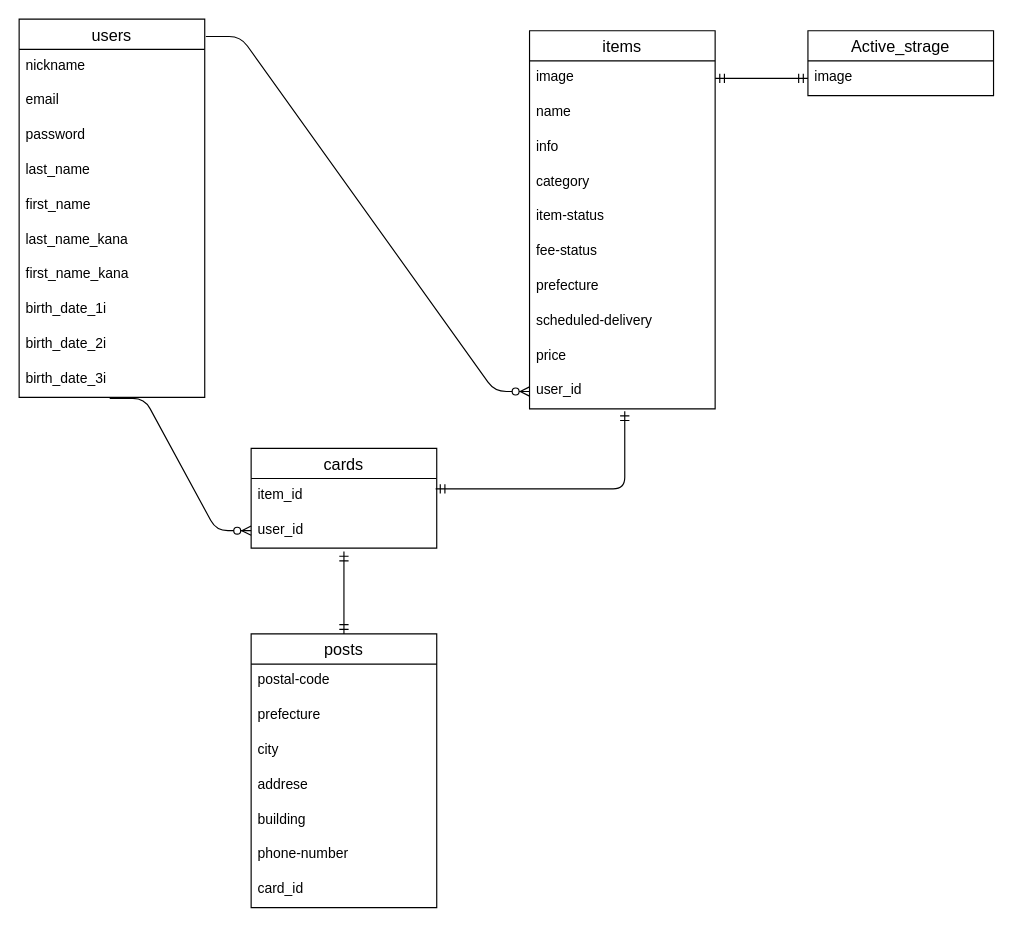
This is er.dio from tetutetu214/furima-31782, a draw.io file, before an edit. Source tidied: cells renumbered, new cells numbered last; positions are measured from the earlier drawing's top-left corner, leaving out a move shared by most shapes. Both pictures are drawn from the tidied source at 116%, with x=0, y=0 at pixel (19, 19).
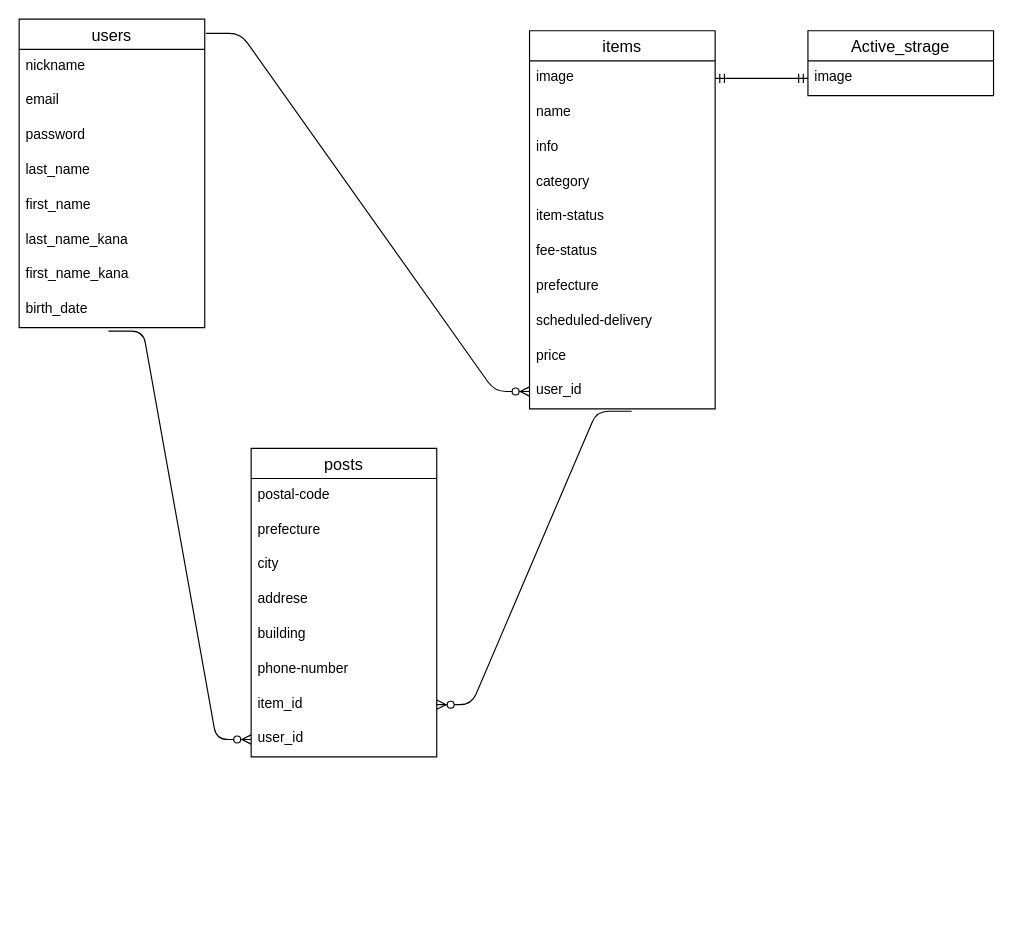
The same page after the edit.

Commit message (it also covers changes not shown here):
DB設計　微調整

The change refers to these unchanged cells:
```xml
<mxCell id="13" value="user_id&#10;" style="text;strokeColor=none;fillColor=none;spacingLeft=4;spacingRight=4;overflow=hidden;points=[[0,0.5],[1,0.5]];portConstraint=eastwest;fontSize=12;" parent="3" vertex="1">
  <mxGeometry y="296" width="160" height="30" as="geometry" />
</mxCell>
```

What changed in the source:
```diff
@@
-    <mxCell id="14" style="edgeStyle=entityRelationEdgeStyle;fontSize=12;html=1;endArrow=ERzeroToMany;endFill=1;entryX=0;entryY=0.5;entryDx=0;entryDy=0;exitX=0.488;exitY=1.033;exitDx=0;exitDy=0;exitPerimeter=0;" parent="1" edge="1" source="25" target="32">
+    <mxCell id="14" style="edgeStyle=entityRelationEdgeStyle;fontSize=12;html=1;endArrow=ERzeroToMany;endFill=1;entryX=0;entryY=0.5;entryDx=0;entryDy=0;exitX=0.481;exitY=1.1;exitDx=0;exitDy=0;exitPerimeter=0;" parent="1" edge="1" source="23" target="32">
       <mxGeometry relative="1" as="geometry" />
     </mxCell>
     <mxCell id="15" value="users" style="swimlane;fontStyle=0;horizontal=1;startSize=26;align=center;fontSize=14;" parent="1" vertex="1">
-      <mxGeometry width="160" height="326" as="geometry" />
+      <mxGeometry width="160" height="266" as="geometry" />
     </mxCell>
@@
-    <mxCell id="23" value="birth_date_1i" style="text;strokeColor=none;fillColor=none;spacingLeft=4;spacingRight=4;overflow=hidden;points=[[0,0.5],[1,0.5]];portConstraint=eastwest;fontSize=12;" parent="15" vertex="1">
+    <mxCell id="23" value="birth_date" style="text;strokeColor=none;fillColor=none;spacingLeft=4;spacingRight=4;overflow=hidden;points=[[0,0.5],[1,0.5]];portConstraint=eastwest;fontSize=12;" parent="15" vertex="1">
       <mxGeometry y="236" width="160" height="30" as="geometry" />
     </mxCell>
-    <mxCell id="24" value="birth_date_2i" style="text;strokeColor=none;fillColor=none;spacingLeft=4;spacingRight=4;overflow=hidden;fontSize=12;" parent="15" vertex="1">
-      <mxGeometry y="266" width="160" height="30" as="geometry" />
-    </mxCell>
-    <mxCell id="25" value="birth_date_3i" style="text;strokeColor=none;fillColor=none;spacingLeft=4;spacingRight=4;overflow=hidden;points=[[0,0.5],[1,0.5]];portConstraint=eastwest;fontSize=12;" parent="15" vertex="1">
-      <mxGeometry y="296" width="160" height="30" as="geometry" />
-    </mxCell>
@@
-    <mxCell id="29" style="edgeStyle=orthogonalEdgeStyle;fontSize=12;html=1;endArrow=ERmandOne;startArrow=ERmandOne;exitX=0.994;exitY=0.3;exitDx=0;exitDy=0;entryX=0.513;entryY=1.067;entryDx=0;entryDy=0;entryPerimeter=0;exitPerimeter=0;" parent="1" edge="1" source="31" target="13">
-      <mxGeometry relative="1" as="geometry">
-        <Array as="points">
-          <mxPoint x="522" y="405" />
-        </Array>
-      </mxGeometry>
-    </mxCell>
-    <mxCell id="30" value="cards" style="swimlane;fontStyle=0;horizontal=1;startSize=26;align=center;fontSize=14;" parent="1" vertex="1">
-      <mxGeometry x="200" y="370" width="160" height="86" as="geometry" />
-    </mxCell>
-    <mxCell id="31" value="item_id" style="text;strokeColor=none;fillColor=none;spacingLeft=4;spacingRight=4;overflow=hidden;points=[[0,0.5],[1,0.5]];portConstraint=eastwest;fontSize=12;" parent="30" vertex="1">
-      <mxGeometry y="26" width="160" height="30" as="geometry" />
-    </mxCell>
-    <mxCell id="32" value="user_id" style="text;strokeColor=none;fillColor=none;spacingLeft=4;spacingRight=4;overflow=hidden;points=[[0,0.5],[1,0.5]];portConstraint=eastwest;fontSize=12;" parent="30" vertex="1">
-      <mxGeometry y="56" width="160" height="30" as="geometry" />
-    </mxCell>
-    <mxCell id="33" style="fontSize=12;html=1;endArrow=ERmandOne;startArrow=ERmandOne;entryX=0.5;entryY=1.1;entryDx=0;entryDy=0;entryPerimeter=0;" parent="1" edge="1" source="34" target="32">
-      <mxGeometry relative="1" as="geometry" />
-    </mxCell>
     <mxCell id="34" value="posts" style="swimlane;fontStyle=0;horizontal=1;startSize=26;align=center;fontSize=14;" parent="1" vertex="1">
-      <mxGeometry x="200" y="530" width="160" height="236" as="geometry" />
+      <mxGeometry x="200" y="370" width="160" height="266" as="geometry" />
     </mxCell>
@@
-    <mxCell id="41" value="card_id" style="text;strokeColor=none;fillColor=none;spacingLeft=4;spacingRight=4;overflow=hidden;fontSize=12;" parent="34" vertex="1">
-      <mxGeometry y="206" width="160" height="30" as="geometry" />
-    </mxCell>
+    <mxCell id="31" value="item_id" style="text;strokeColor=none;fillColor=none;spacingLeft=4;spacingRight=4;overflow=hidden;points=[[0,0.5],[1,0.5]];portConstraint=eastwest;fontSize=12;" parent="34" vertex="1">
+      <mxGeometry y="206" width="160" height="30" as="geometry" />
+    </mxCell>
+    <mxCell id="32" value="user_id" style="text;strokeColor=none;fillColor=none;spacingLeft=4;spacingRight=4;overflow=hidden;points=[[0,0.5],[1,0.5]];portConstraint=eastwest;fontSize=12;" parent="34" vertex="1">
+      <mxGeometry y="236" width="160" height="30" as="geometry" />
+    </mxCell>
+    <mxCell id="42" style="edgeStyle=entityRelationEdgeStyle;fontSize=12;html=1;endArrow=ERzeroToMany;endFill=1;exitX=0.55;exitY=1.067;exitDx=0;exitDy=0;exitPerimeter=0;" parent="1" edge="1" source="13" target="31">
+      <mxGeometry relative="1" as="geometry" />
+    </mxCell>
```
